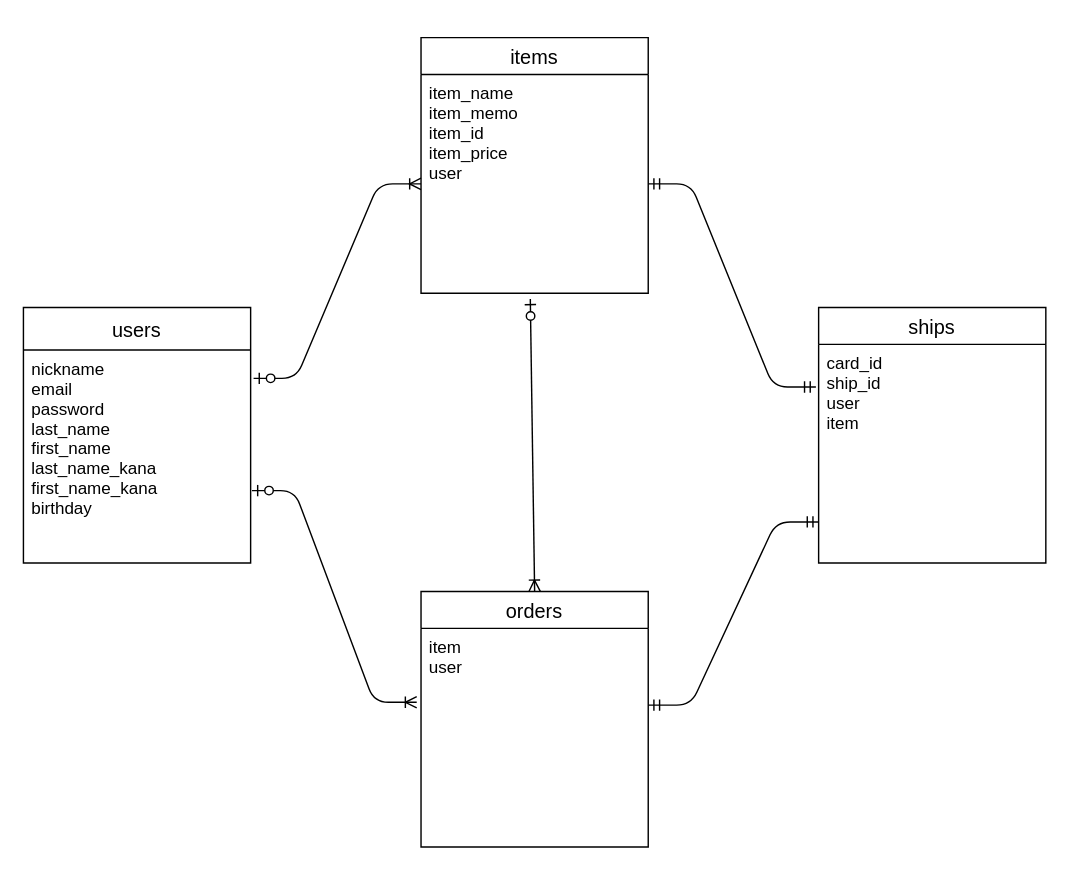
This is FURIMA-ER.dio from ichikuwu/furima-40378, a draw.io file, before an edit. Source tidied: cells renumbered, new cells numbered last; positions are measured from the earlier drawing's top-left corner, leaving out a move shared by most shapes. Both pictures are drawn from the tidied source at 142%, with x=0, y=0 at pixel (23, 37).
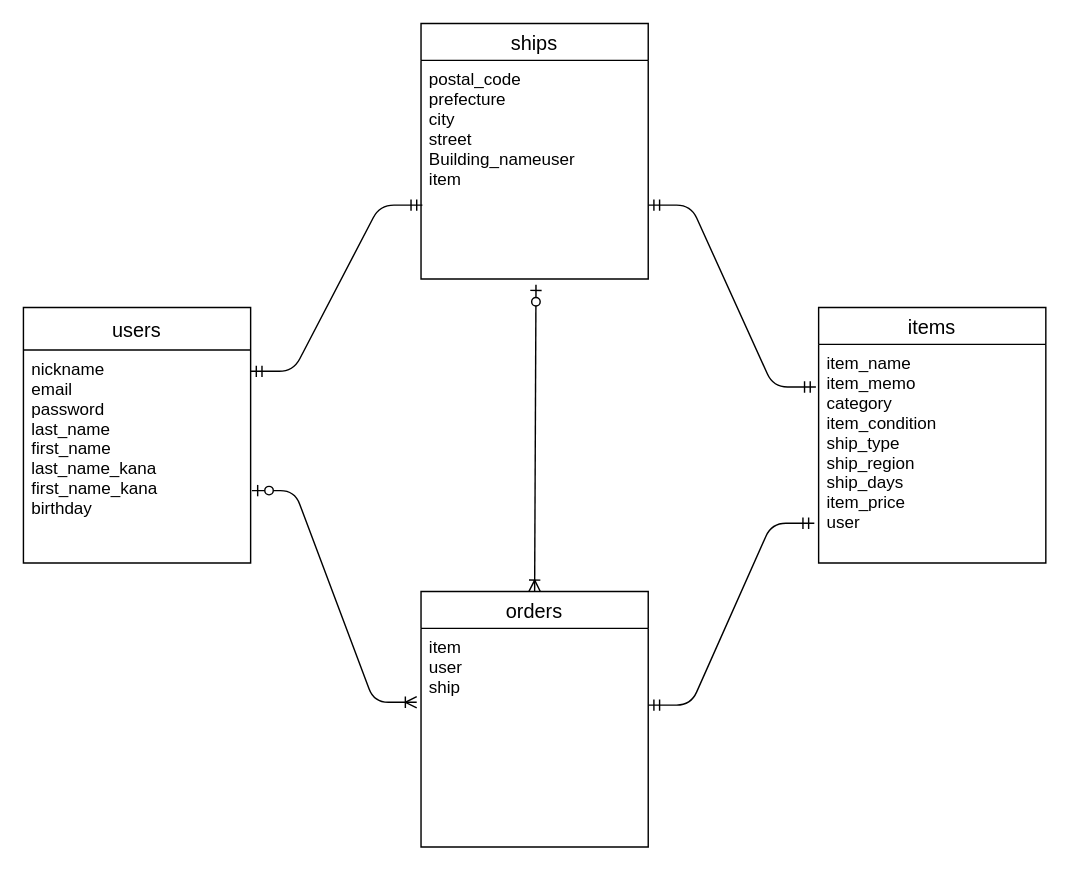
After the change.

Commit message (it also covers changes not shown here):
データベース設計修正4

Diff of the diagram source:
```diff
@@
 <mxGraphModel>
   <root>
     <mxCell id="0" />
     <mxCell id="1" parent="0" />
     <mxCell id="2" value="users" style="swimlane;fontStyle=0;horizontal=1;startSize=30;align=center;fontSize=14;" parent="1" vertex="1">
       <mxGeometry y="190" width="160" height="180" as="geometry" />
     </mxCell>
     <mxCell id="3" value="nickname&#10;email&#10;password&#10;last_name&#10;first_name&#10;last_name_kana&#10;first_name_kana&#10;birthday" style="text;strokeColor=none;fillColor=none;spacingLeft=4;spacingRight=4;overflow=hidden;points=[[0,0.5],[1,0.5]];portConstraint=eastwest;fontSize=12;" parent="2" vertex="1">
       <mxGeometry y="30" width="160" height="150" as="geometry" />
     </mxCell>
     <mxCell id="4" value="items" style="swimlane;fontStyle=0;horizontal=1;startSize=26;align=center;fontSize=14;" parent="1" vertex="1">
-      <mxGeometry x="280" width="160" height="180" as="geometry" />
+      <mxGeometry x="560" y="190" width="160" height="180" as="geometry" />
     </mxCell>
-    <mxCell id="5" value="item_name&#10;item_memo&#10;item_id&#10;item_price&#10;user " style="text;strokeColor=none;fillColor=none;spacingLeft=4;spacingRight=4;overflow=hidden;points=[[0,0.5],[1,0.5]];portConstraint=eastwest;fontSize=12;" parent="4" vertex="1">
+    <mxCell id="5" value="item_name&#10;item_memo&#10;category&#10;item_condition&#10;ship_type&#10;ship_region&#10;ship_days&#10;item_price&#10;user " style="text;strokeColor=none;fillColor=none;spacingLeft=4;spacingRight=4;overflow=hidden;points=[[0,0.5],[1,0.5]];portConstraint=eastwest;fontSize=12;" parent="4" vertex="1">
       <mxGeometry y="26" width="160" height="154" as="geometry" />
     </mxCell>
     <mxCell id="6" value="orders" style="swimlane;fontStyle=0;horizontal=1;startSize=26;align=center;fontSize=14;" parent="1" vertex="1">
       <mxGeometry x="280" y="390" width="160" height="180" as="geometry" />
     </mxCell>
-    <mxCell id="7" value="item&#10;user " style="text;strokeColor=none;fillColor=none;spacingLeft=4;spacingRight=4;overflow=hidden;points=[[0,0.5],[1,0.5]];portConstraint=eastwest;fontSize=12;" parent="6" vertex="1">
+    <mxCell id="7" value="item&#10;user &#10;ship" style="text;strokeColor=none;fillColor=none;spacingLeft=4;spacingRight=4;overflow=hidden;points=[[0,0.5],[1,0.5]];portConstraint=eastwest;fontSize=12;" parent="6" vertex="1">
       <mxGeometry y="26" width="160" height="154" as="geometry" />
     </mxCell>
     <mxCell id="8" value="ships" style="swimlane;fontStyle=0;horizontal=1;startSize=26;align=center;fontSize=14;" parent="1" vertex="1">
-      <mxGeometry x="560" y="190" width="160" height="180" as="geometry" />
+      <mxGeometry x="280" y="-10" width="160" height="180" as="geometry" />
     </mxCell>
-    <mxCell id="9" value="card_id&#10;ship_id&#10;user&#10;item" style="text;strokeColor=none;fillColor=none;spacingLeft=4;spacingRight=4;overflow=hidden;points=[[0,0.5],[1,0.5]];portConstraint=eastwest;fontSize=12;" parent="8" vertex="1">
+    <mxCell id="9" value="postal_code&#10;prefecture&#10;city&#10;street&#10;Building_nameuser&#10;item" style="text;strokeColor=none;fillColor=none;spacingLeft=4;spacingRight=4;overflow=hidden;points=[[0,0.5],[1,0.5]];portConstraint=eastwest;fontSize=12;" parent="8" vertex="1">
       <mxGeometry y="26" width="160" height="154" as="geometry" />
     </mxCell>
-    <mxCell id="10" style="fontSize=12;html=1;endArrow=ERoneToMany;startArrow=ERzeroToOne;elbow=vertical;exitX=0.481;exitY=1.026;exitDx=0;exitDy=0;exitPerimeter=0;entryX=0.5;entryY=0;entryDx=0;entryDy=0;" parent="1" edge="1" source="5" target="6">
+    <mxCell id="10" style="fontSize=12;html=1;endArrow=ERoneToMany;startArrow=ERzeroToOne;elbow=vertical;entryX=0.5;entryY=0;entryDx=0;entryDy=0;exitX=0.506;exitY=1.026;exitDx=0;exitDy=0;exitPerimeter=0;" parent="1" edge="1" source="9" target="6">
       <mxGeometry relative="1" as="geometry" />
     </mxCell>
-    <mxCell id="11" style="edgeStyle=entityRelationEdgeStyle;fontSize=12;html=1;endArrow=ERmandOne;startArrow=ERmandOne;elbow=vertical;exitX=1;exitY=0.351;exitDx=0;exitDy=0;exitPerimeter=0;entryX=0;entryY=0.812;entryDx=0;entryDy=0;entryPerimeter=0;" parent="1" edge="1" source="7" target="9">
+    <mxCell id="11" style="edgeStyle=entityRelationEdgeStyle;fontSize=12;html=1;endArrow=ERmandOne;startArrow=ERmandOne;elbow=vertical;exitX=1;exitY=0.351;exitDx=0;exitDy=0;exitPerimeter=0;entryX=-0.019;entryY=0.818;entryDx=0;entryDy=0;entryPerimeter=0;" parent="1" edge="1" source="7" target="5">
       <mxGeometry relative="1" as="geometry" />
     </mxCell>
     <mxCell id="12" style="edgeStyle=none;html=1;elbow=vertical;" parent="1" edge="1" source="7">
       <mxGeometry relative="1" as="geometry">
         <mxPoint x="280" y="493" as="targetPoint" />
       </mxGeometry>
     </mxCell>
-    <mxCell id="13" style="edgeStyle=entityRelationEdgeStyle;fontSize=12;html=1;endArrow=ERoneToMany;startArrow=ERzeroToOne;elbow=vertical;entryX=0;entryY=0.5;entryDx=0;entryDy=0;exitX=1.013;exitY=0.133;exitDx=0;exitDy=0;exitPerimeter=0;" parent="1" edge="1" source="3" target="5">
-      <mxGeometry relative="1" as="geometry" />
-    </mxCell>
     <mxCell id="14" style="edgeStyle=entityRelationEdgeStyle;fontSize=12;html=1;endArrow=ERoneToMany;startArrow=ERzeroToOne;elbow=vertical;entryX=-0.019;entryY=0.338;entryDx=0;entryDy=0;exitX=1.006;exitY=0.66;exitDx=0;exitDy=0;exitPerimeter=0;entryPerimeter=0;" parent="1" edge="1" source="3" target="7">
       <mxGeometry relative="1" as="geometry" />
     </mxCell>
-    <mxCell id="15" style="edgeStyle=entityRelationEdgeStyle;fontSize=12;html=1;endArrow=ERmandOne;startArrow=ERmandOne;elbow=vertical;exitX=1;exitY=0.5;exitDx=0;exitDy=0;entryX=-0.012;entryY=0.195;entryDx=0;entryDy=0;entryPerimeter=0;" parent="1" edge="1" source="5" target="9">
+    <mxCell id="15" style="edgeStyle=entityRelationEdgeStyle;fontSize=12;html=1;endArrow=ERmandOne;startArrow=ERmandOne;elbow=vertical;entryX=-0.012;entryY=0.195;entryDx=0;entryDy=0;entryPerimeter=0;exitX=1;exitY=0.662;exitDx=0;exitDy=0;exitPerimeter=0;" parent="1" edge="1" source="9" target="5">
       <mxGeometry relative="1" as="geometry" />
     </mxCell>
+    <mxCell id="16" style="edgeStyle=entityRelationEdgeStyle;fontSize=12;html=1;endArrow=ERmandOne;startArrow=ERmandOne;elbow=vertical;exitX=1;exitY=0.1;exitDx=0;exitDy=0;exitPerimeter=0;entryX=0.006;entryY=0.662;entryDx=0;entryDy=0;entryPerimeter=0;" parent="1" edge="1" source="3" target="9">
+      <mxGeometry relative="1" as="geometry" />
+    </mxCell>
   </root>
 </mxGraphModel>
```
